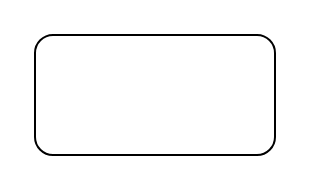
This is diagrams/test.drawio from LucasJunio/draw.io, a draw.io file, before an edit. Source tidied: cells renumbered, new cells numbered last; positions are measured from the earlier drawing's top-left corner, leaving out a move shared by most shapes. Both pictures are drawn from the tidied source at 200%, with x=0, y=0 at pixel (34, 34).
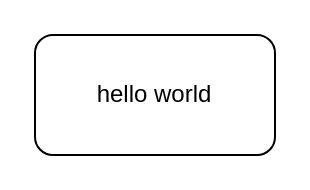
After the change.

Commit message:
hello world

Change to the diagram source:
```diff
@@
 <mxGraphModel>
   <root>
     <mxCell id="0" />
     <mxCell id="1" parent="0" />
-    <mxCell id="2" style="rounded=1;whiteSpace=wrap;html=1;" parent="1" vertex="1">
+    <mxCell id="2" value="hello world" style="rounded=1;whiteSpace=wrap;html=1;" parent="1" vertex="1">
       <mxGeometry width="120" height="60" as="geometry" />
     </mxCell>
   </root>
 </mxGraphModel>
```
